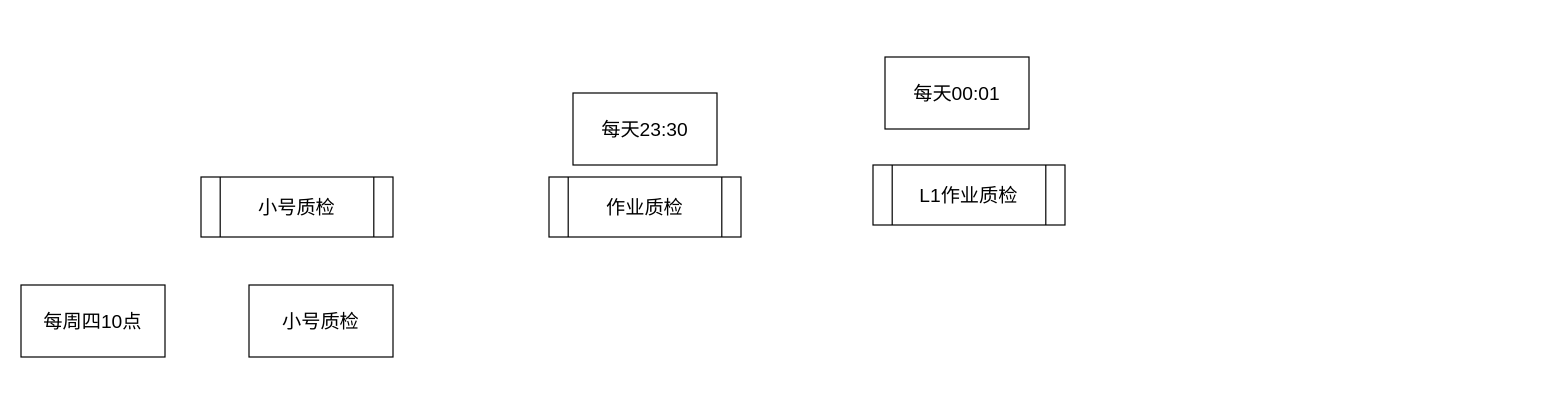
hongweilv-whu/flowCharts keeps this draw.io diagram as 核桃-工单系统业务梳理.drawio. Above is the earlier version. Source tidied: cells renumbered, new cells numbered last; positions are measured from the earlier drawing's top-left corner, leaving out a move shared by most shapes. Both pictures are drawn from the tidied source at 120%, with x=0, y=0 at pixel (20, 56).
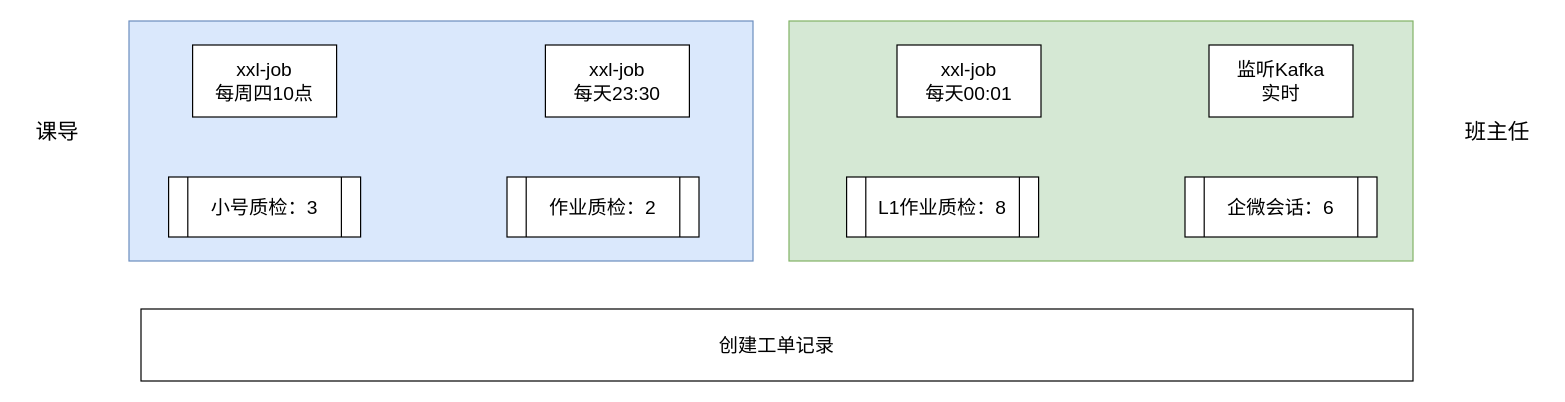
Above is the later version.

Commit message:
更新核桃-工单系统业务梳理.drawio

What changed in the source:
```diff
@@
 <mxGraphModel>
   <root>
     <mxCell id="0" />
     <mxCell id="1" parent="0" />
+    <mxCell id="9" style="rounded=0;whiteSpace=wrap;html=1;fillColor=#d5e8d4;strokeColor=#82b366;" parent="1" vertex="1">
+      <mxGeometry x="640" y="-30" width="520" height="200" as="geometry" />
+    </mxCell>
+    <mxCell id="10" style="rounded=0;whiteSpace=wrap;html=1;fillColor=#dae8fc;strokeColor=#6c8ebf;" parent="1" vertex="1">
+      <mxGeometry x="90" y="-30" width="520" height="200" as="geometry" />
+    </mxCell>
-    <mxCell id="2" value="&lt;font style=&quot;font-size: 16px;&quot;&gt;小号质检&lt;/font&gt;" style="shape=process;whiteSpace=wrap;html=1;backgroundOutline=1;" parent="1" vertex="1">
-      <mxGeometry x="150" y="100" width="160" height="50" as="geometry" />
+    <mxCell id="2" value="&lt;font style=&quot;font-size: 16px;&quot;&gt;小号质检：3&lt;/font&gt;" style="shape=process;whiteSpace=wrap;html=1;backgroundOutline=1;" parent="1" vertex="1">
+      <mxGeometry x="123" y="100" width="160" height="50" as="geometry" />
     </mxCell>
-    <mxCell id="3" value="&lt;font style=&quot;font-size: 16px;&quot;&gt;作业质检&lt;/font&gt;" style="shape=process;whiteSpace=wrap;html=1;backgroundOutline=1;" parent="1" vertex="1">
-      <mxGeometry x="440" y="100" width="160" height="50" as="geometry" />
+    <mxCell id="3" value="&lt;font style=&quot;font-size: 16px;&quot;&gt;作业质检：2&lt;/font&gt;" style="shape=process;whiteSpace=wrap;html=1;backgroundOutline=1;" parent="1" vertex="1">
+      <mxGeometry x="405" y="100" width="160" height="50" as="geometry" />
     </mxCell>
-    <mxCell id="4" value="&lt;font style=&quot;font-size: 16px;&quot;&gt;小号质检&lt;/font&gt;" style="rounded=0;whiteSpace=wrap;html=1;" parent="1" vertex="1">
-      <mxGeometry x="190" y="190" width="120" height="60" as="geometry" />
-    </mxCell>
-    <mxCell id="5" value="&lt;font style=&quot;font-size: 16px;&quot;&gt;L1作业质检&lt;/font&gt;" style="shape=process;whiteSpace=wrap;html=1;backgroundOutline=1;" parent="1" vertex="1">
-      <mxGeometry x="710" y="90" width="160" height="50" as="geometry" />
+    <mxCell id="5" value="&lt;font style=&quot;font-size: 16px;&quot;&gt;L1作业质检：8&lt;/font&gt;" style="shape=process;whiteSpace=wrap;html=1;backgroundOutline=1;" parent="1" vertex="1">
+      <mxGeometry x="688" y="100" width="160" height="50" as="geometry" />
     </mxCell>
-    <mxCell id="6" value="&lt;span style=&quot;font-size: 16px;&quot;&gt;每周四10点&lt;/span&gt;" style="rounded=0;whiteSpace=wrap;html=1;" parent="1" vertex="1">
-      <mxGeometry y="190" width="120" height="60" as="geometry" />
+    <mxCell id="6" value="&lt;span style=&quot;font-size: 16px;&quot;&gt;xxl-job&lt;br&gt;每周四10点&lt;/span&gt;" style="rounded=0;whiteSpace=wrap;html=1;" parent="1" vertex="1">
+      <mxGeometry x="143" y="-10" width="120" height="60" as="geometry" />
     </mxCell>
-    <mxCell id="7" value="&lt;span style=&quot;font-size: 16px;&quot;&gt;每&lt;/span&gt;&lt;font style=&quot;font-size: 16px;&quot;&gt;天23:30&lt;/font&gt;" style="rounded=0;whiteSpace=wrap;html=1;" parent="1" vertex="1">
-      <mxGeometry x="460" y="30" width="120" height="60" as="geometry" />
+    <mxCell id="7" value="&lt;span style=&quot;font-size: 16px;&quot;&gt;xxl-job&lt;br&gt;每&lt;/span&gt;&lt;font style=&quot;font-size: 16px;&quot;&gt;天23:30&lt;/font&gt;" style="rounded=0;whiteSpace=wrap;html=1;" parent="1" vertex="1">
+      <mxGeometry x="437" y="-10" width="120" height="60" as="geometry" />
     </mxCell>
-    <mxCell id="8" value="&lt;span style=&quot;font-size: 16px;&quot;&gt;每&lt;/span&gt;&lt;font style=&quot;font-size: 16px;&quot;&gt;天00:01&lt;/font&gt;" style="rounded=0;whiteSpace=wrap;html=1;" parent="1" vertex="1">
-      <mxGeometry x="720" width="120" height="60" as="geometry" />
+    <mxCell id="8" value="&lt;span style=&quot;font-size: 16px;&quot;&gt;xxl-job&lt;br&gt;每&lt;/span&gt;&lt;font style=&quot;font-size: 16px;&quot;&gt;天00:01&lt;/font&gt;" style="rounded=0;whiteSpace=wrap;html=1;" parent="1" vertex="1">
+      <mxGeometry x="730" y="-10" width="120" height="60" as="geometry" />
     </mxCell>
+    <mxCell id="11" value="&lt;span style=&quot;font-size: 16px;&quot;&gt;企微会话：6&lt;/span&gt;" style="shape=process;whiteSpace=wrap;html=1;backgroundOutline=1;" parent="1" vertex="1">
+      <mxGeometry x="970" y="100" width="160" height="50" as="geometry" />
+    </mxCell>
+    <mxCell id="12" value="&lt;span style=&quot;font-size: 16px;&quot;&gt;监听Kafka&lt;br&gt;实时&lt;br&gt;&lt;/span&gt;" style="rounded=0;whiteSpace=wrap;html=1;" parent="1" vertex="1">
+      <mxGeometry x="990" y="-10" width="120" height="60" as="geometry" />
+    </mxCell>
+    <mxCell id="13" value="&lt;font style=&quot;font-size: 18px;&quot;&gt;课导&lt;/font&gt;" style="text;html=1;align=center;verticalAlign=middle;strokeColor=none;fillColor=none;" parent="1" vertex="1">
+      <mxGeometry y="43" width="60" height="40" as="geometry" />
+    </mxCell>
+    <mxCell id="14" value="&lt;font style=&quot;font-size: 18px;&quot;&gt;班主任&lt;/font&gt;" style="text;html=1;align=center;verticalAlign=middle;strokeColor=none;fillColor=none;" parent="1" vertex="1">
+      <mxGeometry x="1190" y="43" width="80" height="40" as="geometry" />
+    </mxCell>
+    <mxCell id="15" value="&lt;span style=&quot;font-size: 16px;&quot;&gt;创建工单记录&lt;/span&gt;" style="rounded=0;whiteSpace=wrap;html=1;" parent="1" vertex="1">
+      <mxGeometry x="100" y="210" width="1060" height="60" as="geometry" />
+    </mxCell>
   </root>
 </mxGraphModel>
```
